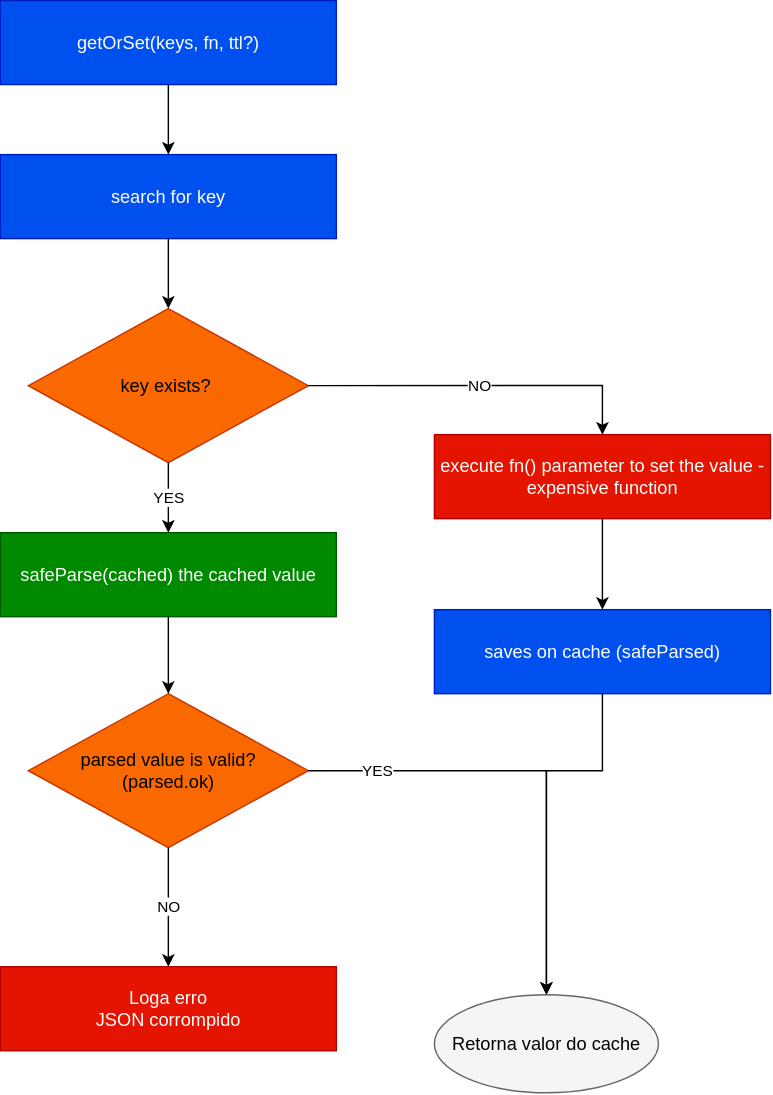
Before: assets/getOrSet-flowchart.svg, a diagram exported from draw.io (moraeszete/redisover). Source tidied: cells renumbered, new cells last; positions are measured from the earlier drawing's top-left corner, leaving out a move shared by most shapes.
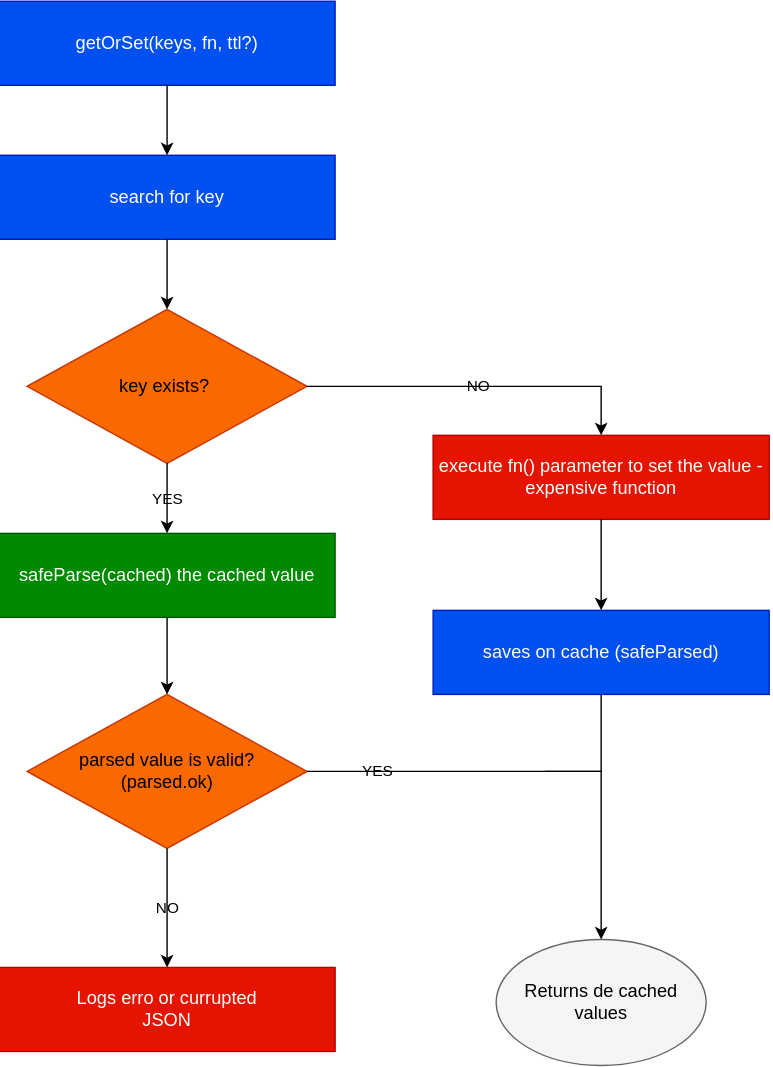
Above is the later version.

The edit, as a diff of the source:
```diff
@@ -17,10 +17,10 @@
     <mxCell id="6" value="parsed value is valid?&lt;br&gt;(parsed.ok)" style="rhombus;whiteSpace=wrap;html=1;fillColor=#fa6800;strokeColor=#C73500;fontSize=13;fontColor=#000000;" parent="1" vertex="1">
       <mxGeometry x="20" y="495" width="200" height="110" as="geometry" />
     </mxCell>
-    <mxCell id="7" value="Retorna valor do cache " style="ellipse;whiteSpace=wrap;html=1;fillColor=#f5f5f5;strokeColor=#666666;fontSize=13;" parent="1" vertex="1">
-      <mxGeometry x="310" y="710" width="160" height="70" as="geometry" />
+    <mxCell id="7" value="Returns de cached values" style="ellipse;whiteSpace=wrap;html=1;fillColor=#f5f5f5;strokeColor=#666666;fontSize=13;" parent="1" vertex="1">
+      <mxGeometry x="355" y="670" width="150" height="90" as="geometry" />
     </mxCell>
-    <mxCell id="8" value="Loga erro&#10;JSON corrompido" style="rounded=0;whiteSpace=wrap;html=1;fillColor=#e51400;strokeColor=#B20000;fontSize=13;fontColor=#ffffff;" parent="1" vertex="1">
+    <mxCell id="8" value="Logs erro or currupted&lt;br&gt;JSON" style="rounded=0;whiteSpace=wrap;html=1;fillColor=#e51400;strokeColor=#B20000;fontSize=13;fontColor=#ffffff;" parent="1" vertex="1">
       <mxGeometry y="690" width="240" height="60" as="geometry" />
     </mxCell>
     <mxCell id="9" value="execute fn() parameter to set the value -expensive function" style="rounded=0;whiteSpace=wrap;html=1;fillColor=#e51400;strokeColor=#B20000;fontSize=13;fontColor=#ffffff;" parent="1" vertex="1">
@@ -29,36 +29,38 @@
     <mxCell id="10" value="saves on cache (safeParsed)" style="rounded=0;whiteSpace=wrap;html=1;fillColor=#0050ef;strokeColor=#001DBC;fontSize=13;fontColor=#ffffff;" parent="1" vertex="1">
       <mxGeometry x="310" y="435" width="240" height="60" as="geometry" />
     </mxCell>
-    <mxCell id="11" style="edgeStyle=orthogonalEdgeStyle;rounded=0;html=1;" parent="1" edge="1" source="2" target="3">
+    <mxCell id="11" style="edgeStyle=orthogonalEdgeStyle;rounded=0;html=1;strokeColor=light-dark(#000000,#000000);" parent="1" edge="1" source="2" target="3">
       <mxGeometry relative="1" as="geometry" />
     </mxCell>
-    <mxCell id="12" style="edgeStyle=orthogonalEdgeStyle;rounded=0;html=1;" parent="1" edge="1" source="3" target="4">
+    <mxCell id="12" style="edgeStyle=orthogonalEdgeStyle;rounded=0;html=1;strokeColor=light-dark(#000000,#000000);" parent="1" edge="1" source="3" target="4">
       <mxGeometry relative="1" as="geometry" />
     </mxCell>
-    <mxCell id="13" value="YES" style="edgeStyle=orthogonalEdgeStyle;rounded=0;html=1;" parent="1" edge="1" source="4" target="5">
+    <mxCell id="13" value="YES" style="edgeStyle=orthogonalEdgeStyle;rounded=0;html=1;strokeColor=light-dark(#000000,#000000);fontColor=light-dark(#000000,#000000);labelBackgroundColor=none;" parent="1" edge="1" source="4" target="5">
       <mxGeometry relative="1" as="geometry" />
     </mxCell>
-    <mxCell id="14" style="edgeStyle=orthogonalEdgeStyle;rounded=0;html=1;" parent="1" edge="1" source="5" target="6">
+    <mxCell id="14" style="edgeStyle=orthogonalEdgeStyle;rounded=0;html=1;strokeColor=light-dark(#000000,#000000);" parent="1" edge="1" source="5" target="6">
       <mxGeometry relative="1" as="geometry" />
     </mxCell>
-    <mxCell id="15" value="YES" style="edgeStyle=orthogonalEdgeStyle;rounded=0;html=1;" parent="1" edge="1" source="6" target="7">
+    <mxCell id="15" value="&lt;span style=&quot;color: light-dark(rgb(0, 0, 0), rgb(0, 0, 0));&quot;&gt;YES&lt;/span&gt;" style="edgeStyle=orthogonalEdgeStyle;rounded=0;html=1;strokeColor=light-dark(#000000,#000000);labelBackgroundColor=none;entryX=0.5;entryY=0;entryDx=0;entryDy=0;" parent="1" edge="1" source="6" target="7">
       <mxGeometry x="-0.7" relative="1" as="geometry">
         <Array as="points">
-          <mxPoint x="390" y="550" />
+          <mxPoint x="430" y="550" />
+          <mxPoint x="430" y="660" />
         </Array>
       </mxGeometry>
     </mxCell>
-    <mxCell id="16" value="NO" style="edgeStyle=orthogonalEdgeStyle;rounded=0;html=1;exitX=1;exitY=0.5;entryX=0.5;entryY=0;" parent="1" edge="1" source="4" target="9">
+    <mxCell id="16" value="NO" style="edgeStyle=orthogonalEdgeStyle;rounded=0;html=1;exitX=1;exitY=0.5;entryX=0.5;entryY=0;strokeColor=light-dark(#000000,#000000);fontColor=light-dark(#000000,#000000);labelBackgroundColor=none;" parent="1" edge="1" source="4" target="9">
       <mxGeometry relative="1" as="geometry" />
     </mxCell>
-    <mxCell id="17" value="NO" style="edgeStyle=orthogonalEdgeStyle;rounded=0;html=1;" parent="1" edge="1" source="6" target="8">
+    <mxCell id="17" value="NO" style="edgeStyle=orthogonalEdgeStyle;rounded=0;html=1;strokeColor=light-dark(#000000,#000000);fontColor=light-dark(#000000,#000000);labelBackgroundColor=none;" parent="1" edge="1" source="6" target="8">
       <mxGeometry relative="1" as="geometry" />
     </mxCell>
-    <mxCell id="18" style="edgeStyle=orthogonalEdgeStyle;rounded=0;html=1;" parent="1" edge="1" source="9" target="10">
+    <mxCell id="18" style="edgeStyle=orthogonalEdgeStyle;rounded=0;html=1;strokeColor=light-dark(#000000,#000000);" parent="1" edge="1" source="9" target="10">
       <mxGeometry relative="1" as="geometry" />
     </mxCell>
-    <mxCell id="19" style="edgeStyle=orthogonalEdgeStyle;rounded=0;html=1;entryX=0.5;entryY=0;entryDx=0;entryDy=0;" parent="1" edge="1" source="10" target="7">
+    <mxCell id="19" style="edgeStyle=orthogonalEdgeStyle;rounded=0;html=1;strokeColor=light-dark(#000000,#000000);endArrow=none;endFill=0;" parent="1" edge="1" source="10">
       <mxGeometry relative="1" as="geometry">
+        <mxPoint x="390" y="550" as="targetPoint" />
         <Array as="points">
           <mxPoint x="430" y="550" />
           <mxPoint x="390" y="550" />
```
